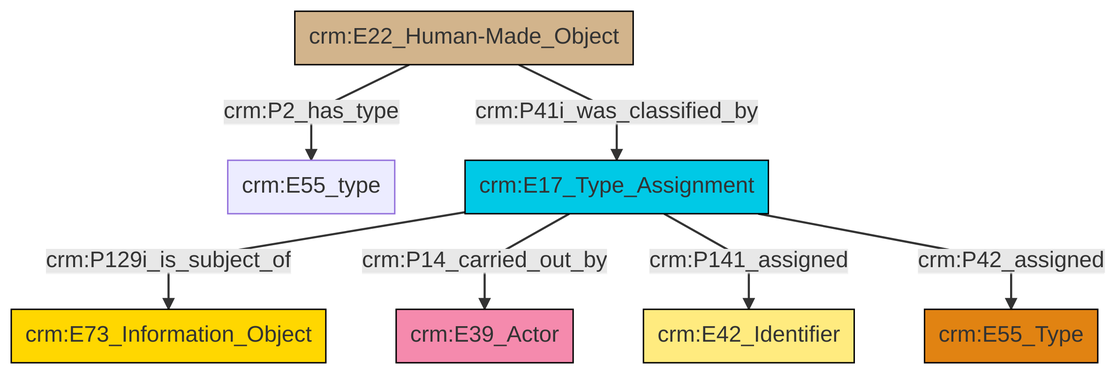
This is et/builtWorkCSV/ttl/mmd/png/Built_Work_designation_status.png from swiss-art-research-net/docs.swissartresearch, a Mermaid export, as it was before one commit. Its source is kept beside it as et/builtWorkCSV/ttl/mmd/Built_Work_designation_status.ttl.mmd.
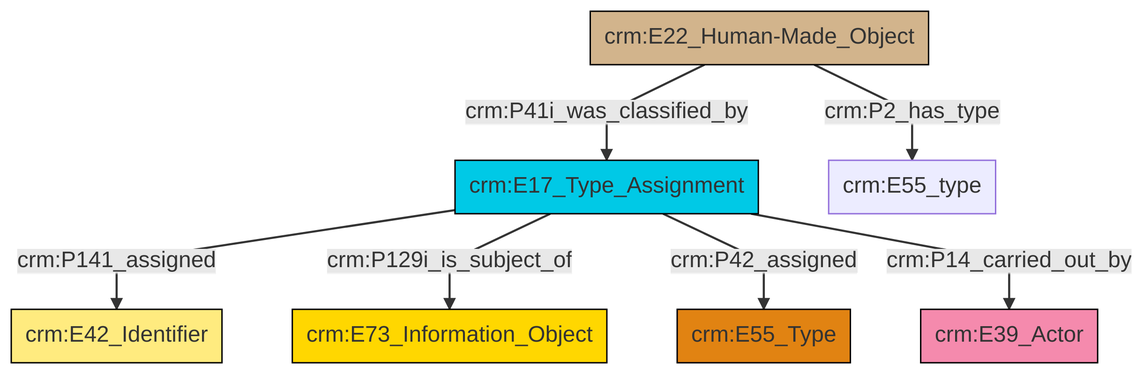
After the change.

Change to the diagram source:
```diff
@@ -13,9 +13,9 @@
 classDef PC_Classes fill:#4ce600, stroke:#000000;
 classDef Multi fill:#cccccc,stroke:#000000;
 
-0["crm:E22_Human-Made_Object"]:::Physical_Thing -->|crm:P2_has_type| 1["crm:E55_type"]:::Default
-8["crm:E17_Type_Assignment"]:::Temporal_Entity -->|crm:P129i_is_subject_of| 9["crm:E73_Information_Object"]:::Conceptual_Object
-8["crm:E17_Type_Assignment"]:::Temporal_Entity -->|crm:P14_carried_out_by| 10["crm:E39_Actor"]:::Actor
-8["crm:E17_Type_Assignment"]:::Temporal_Entity -->|crm:P141_assigned| 4["crm:E42_Identifier"]:::Appellation
-8["crm:E17_Type_Assignment"]:::Temporal_Entity -->|crm:P42_assigned| 2["crm:E55_Type"]:::Type
-0["crm:E22_Human-Made_Object"]:::Physical_Thing -->|crm:P41i_was_classified_by| 8["crm:E17_Type_Assignment"]:::Temporal_Entity
+0["crm:E17_Type_Assignment"]:::Temporal_Entity -->|crm:P141_assigned| 4["crm:E42_Identifier"]:::Appellation
+0["crm:E17_Type_Assignment"]:::Temporal_Entity -->|crm:P129i_is_subject_of| 2["crm:E73_Information_Object"]:::Conceptual_Object
+5["crm:E22_Human-Made_Object"]:::Physical_Thing -->|crm:P2_has_type| 7["crm:E55_type"]:::Default
+0["crm:E17_Type_Assignment"]:::Temporal_Entity -->|crm:P42_assigned| 8["crm:E55_Type"]:::Type
+5["crm:E22_Human-Made_Object"]:::Physical_Thing -->|crm:P41i_was_classified_by| 0["crm:E17_Type_Assignment"]:::Temporal_Entity
+0["crm:E17_Type_Assignment"]:::Temporal_Entity -->|crm:P14_carried_out_by| 13["crm:E39_Actor"]:::Actor
```
